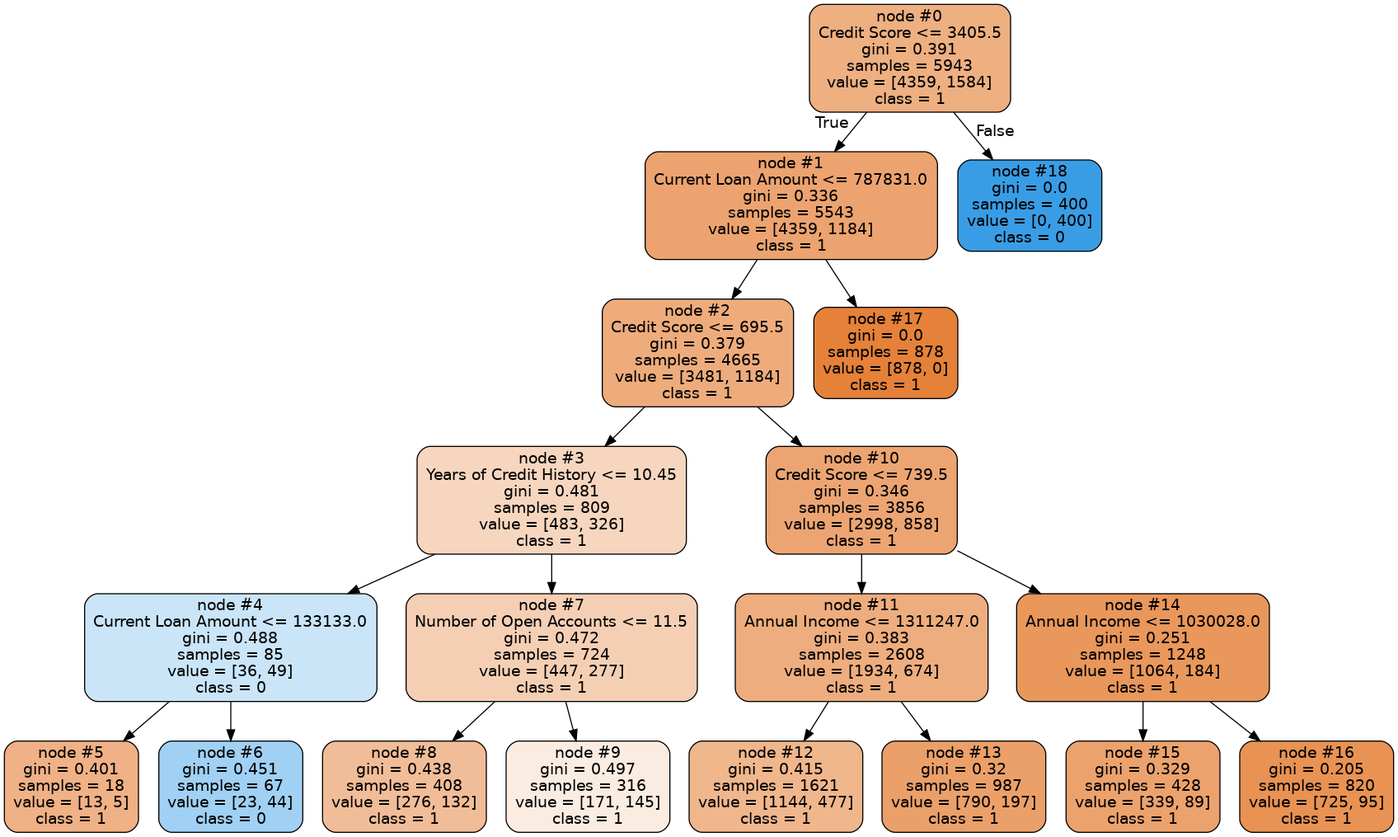
Earlier version of the Graphviz export Course02/Course project/credit_dataset_tree_depth5.png (blaarb/python-ds). Its source is kept beside it as Course02/Course project/credit_dataset_tree_depth5.dot. The source it was exported from:
```dot
digraph Tree {
node [shape=box, style="filled, rounded", color="black", fontname="helvetica"] ;
edge [fontname="helvetica"] ;
0 [label="node #0\nCredit Score <= 3405.5\ngini = 0.391\nsamples = 5943\nvalue = [4359, 1584]\nclass = 1", fillcolor="#eeaf81"] ;
1 [label="node #1\nCurrent Loan Amount <= 787831.0\ngini = 0.336\nsamples = 5543\nvalue = [4359, 1184]\nclass = 1", fillcolor="#eca36f"] ;
0 -> 1 [labeldistance=2.5, labelangle=45, headlabel="True"] ;
2 [label="node #2\nCredit Score <= 695.5\ngini = 0.379\nsamples = 4665\nvalue = [3481, 1184]\nclass = 1", fillcolor="#eeac7c"] ;
1 -> 2 ;
3 [label="node #3\nYears of Credit History <= 10.45\ngini = 0.481\nsamples = 809\nvalue = [483, 326]\nclass = 1", fillcolor="#f7d6bf"] ;
2 -> 3 ;
4 [label="node #4\nCurrent Loan Amount <= 133133.0\ngini = 0.488\nsamples = 85\nvalue = [36, 49]\nclass = 0", fillcolor="#cae5f8"] ;
3 -> 4 ;
5 [label="node #5\ngini = 0.401\nsamples = 18\nvalue = [13, 5]\nclass = 1", fillcolor="#efb185"] ;
4 -> 5 ;
6 [label="node #6\ngini = 0.451\nsamples = 67\nvalue = [23, 44]\nclass = 0", fillcolor="#a0d0f3"] ;
4 -> 6 ;
7 [label="node #7\nNumber of Open Accounts <= 11.5\ngini = 0.472\nsamples = 724\nvalue = [447, 277]\nclass = 1", fillcolor="#f5cfb4"] ;
3 -> 7 ;
8 [label="node #8\ngini = 0.438\nsamples = 408\nvalue = [276, 132]\nclass = 1", fillcolor="#f1bd98"] ;
7 -> 8 ;
9 [label="node #9\ngini = 0.497\nsamples = 316\nvalue = [171, 145]\nclass = 1", fillcolor="#fbece1"] ;
7 -> 9 ;
10 [label="node #10\nCredit Score <= 739.5\ngini = 0.346\nsamples = 3856\nvalue = [2998, 858]\nclass = 1", fillcolor="#eca572"] ;
2 -> 10 ;
11 [label="node #11\nAnnual Income <= 1311247.0\ngini = 0.383\nsamples = 2608\nvalue = [1934, 674]\nclass = 1", fillcolor="#eead7e"] ;
10 -> 11 ;
12 [label="node #12\ngini = 0.415\nsamples = 1621\nvalue = [1144, 477]\nclass = 1", fillcolor="#f0b68c"] ;
11 -> 12 ;
13 [label="node #13\ngini = 0.32\nsamples = 987\nvalue = [790, 197]\nclass = 1", fillcolor="#eba06a"] ;
11 -> 13 ;
14 [label="node #14\nAnnual Income <= 1030028.0\ngini = 0.251\nsamples = 1248\nvalue = [1064, 184]\nclass = 1", fillcolor="#e9975b"] ;
10 -> 14 ;
15 [label="node #15\ngini = 0.329\nsamples = 428\nvalue = [339, 89]\nclass = 1", fillcolor="#eca26d"] ;
14 -> 15 ;
16 [label="node #16\ngini = 0.205\nsamples = 820\nvalue = [725, 95]\nclass = 1", fillcolor="#e89253"] ;
14 -> 16 ;
17 [label="node #17\ngini = 0.0\nsamples = 878\nvalue = [878, 0]\nclass = 1", fillcolor="#e58139"] ;
1 -> 17 ;
18 [label="node #18\ngini = 0.0\nsamples = 400\nvalue = [0, 400]\nclass = 0", fillcolor="#399de5"] ;
0 -> 18 [labeldistance=2.5, labelangle=-45, headlabel="False"] ;
}
```
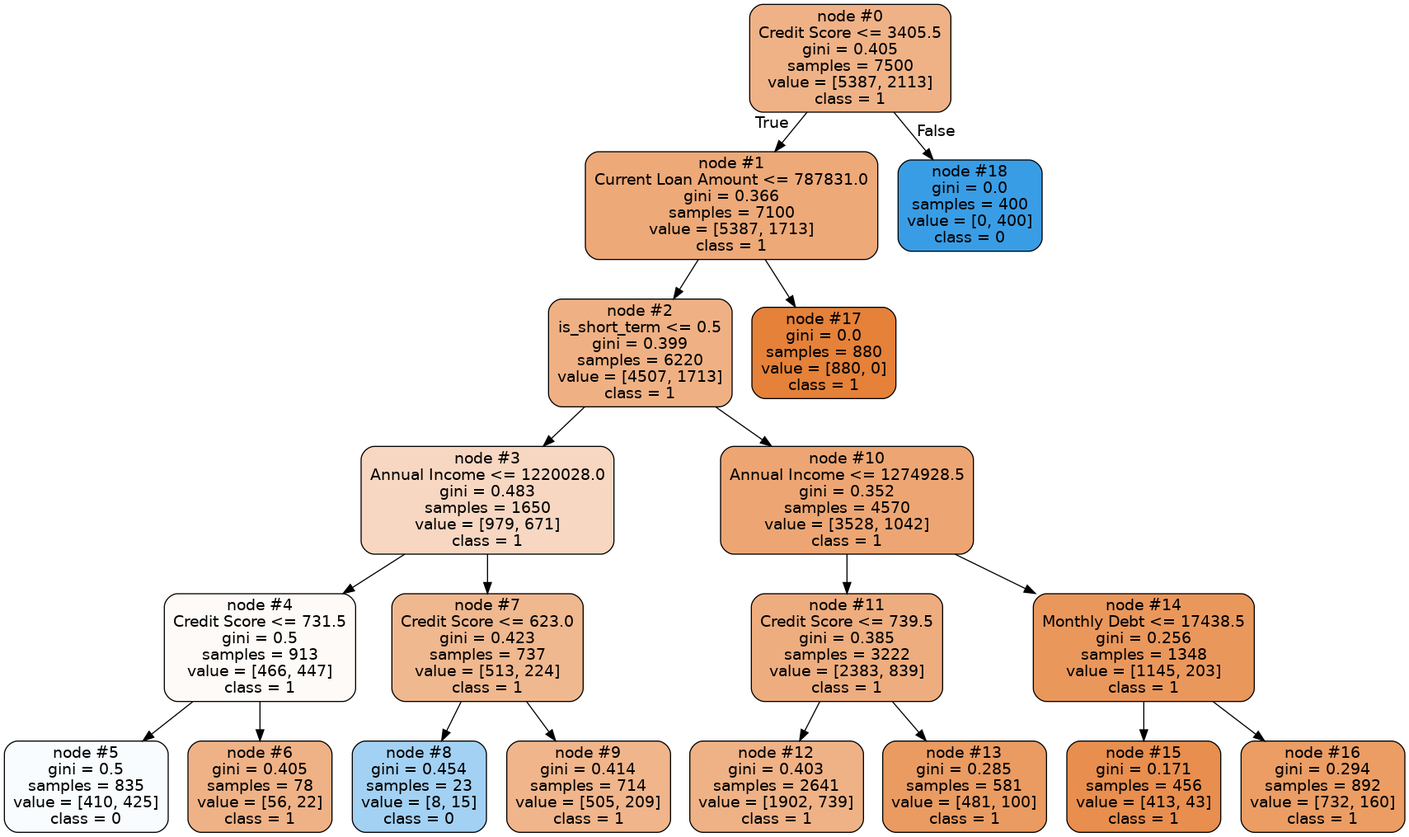
Above is the later version.

Change to the diagram source:
```diff
@@ -1,40 +1,40 @@
 digraph Tree {
 node [shape=box, style="filled, rounded", color="black", fontname="helvetica"] ;
 edge [fontname="helvetica"] ;
-0 [label="node #0\nCredit Score <= 3405.5\ngini = 0.391\nsamples = 5943\nvalue = [4359, 1584]\nclass = 1", fillcolor="#eeaf81"] ;
-1 [label="node #1\nCurrent Loan Amount <= 787831.0\ngini = 0.336\nsamples = 5543\nvalue = [4359, 1184]\nclass = 1", fillcolor="#eca36f"] ;
+0 [label="node #0\nCredit Score <= 3405.5\ngini = 0.405\nsamples = 7500\nvalue = [5387, 2113]\nclass = 1", fillcolor="#efb287"] ;
+1 [label="node #1\nCurrent Loan Amount <= 787831.0\ngini = 0.366\nsamples = 7100\nvalue = [5387, 1713]\nclass = 1", fillcolor="#eda978"] ;
 0 -> 1 [labeldistance=2.5, labelangle=45, headlabel="True"] ;
-2 [label="node #2\nCredit Score <= 695.5\ngini = 0.379\nsamples = 4665\nvalue = [3481, 1184]\nclass = 1", fillcolor="#eeac7c"] ;
+2 [label="node #2\nis_long_term <= 0.5\ngini = 0.399\nsamples = 6220\nvalue = [4507, 1713]\nclass = 1", fillcolor="#efb184"] ;
 1 -> 2 ;
-3 [label="node #3\nYears of Credit History <= 10.45\ngini = 0.481\nsamples = 809\nvalue = [483, 326]\nclass = 1", fillcolor="#f7d6bf"] ;
+3 [label="node #3\nAnnual Income <= 1274928.5\ngini = 0.352\nsamples = 4570\nvalue = [3528, 1042]\nclass = 1", fillcolor="#eda673"] ;
 2 -> 3 ;
-4 [label="node #4\nCurrent Loan Amount <= 133133.0\ngini = 0.488\nsamples = 85\nvalue = [36, 49]\nclass = 0", fillcolor="#cae5f8"] ;
+4 [label="node #4\nCredit Score <= 739.5\ngini = 0.385\nsamples = 3222\nvalue = [2383, 839]\nclass = 1", fillcolor="#eead7f"] ;
 3 -> 4 ;
-5 [label="node #5\ngini = 0.401\nsamples = 18\nvalue = [13, 5]\nclass = 1", fillcolor="#efb185"] ;
+5 [label="node #5\ngini = 0.403\nsamples = 2641\nvalue = [1902, 739]\nclass = 1", fillcolor="#efb286"] ;
 4 -> 5 ;
-6 [label="node #6\ngini = 0.451\nsamples = 67\nvalue = [23, 44]\nclass = 0", fillcolor="#a0d0f3"] ;
+6 [label="node #6\ngini = 0.285\nsamples = 581\nvalue = [481, 100]\nclass = 1", fillcolor="#ea9b62"] ;
 4 -> 6 ;
-7 [label="node #7\nNumber of Open Accounts <= 11.5\ngini = 0.472\nsamples = 724\nvalue = [447, 277]\nclass = 1", fillcolor="#f5cfb4"] ;
+7 [label="node #7\nMonthly Debt <= 17438.5\ngini = 0.256\nsamples = 1348\nvalue = [1145, 203]\nclass = 1", fillcolor="#ea975c"] ;
 3 -> 7 ;
-8 [label="node #8\ngini = 0.438\nsamples = 408\nvalue = [276, 132]\nclass = 1", fillcolor="#f1bd98"] ;
+8 [label="node #8\ngini = 0.171\nsamples = 456\nvalue = [413, 43]\nclass = 1", fillcolor="#e88e4e"] ;
 7 -> 8 ;
-9 [label="node #9\ngini = 0.497\nsamples = 316\nvalue = [171, 145]\nclass = 1", fillcolor="#fbece1"] ;
+9 [label="node #9\ngini = 0.294\nsamples = 892\nvalue = [732, 160]\nclass = 1", fillcolor="#eb9d64"] ;
 7 -> 9 ;
-10 [label="node #10\nCredit Score <= 739.5\ngini = 0.346\nsamples = 3856\nvalue = [2998, 858]\nclass = 1", fillcolor="#eca572"] ;
+10 [label="node #10\nAnnual Income <= 1220028.0\ngini = 0.483\nsamples = 1650\nvalue = [979, 671]\nclass = 1", fillcolor="#f7d7c1"] ;
 2 -> 10 ;
-11 [label="node #11\nAnnual Income <= 1311247.0\ngini = 0.383\nsamples = 2608\nvalue = [1934, 674]\nclass = 1", fillcolor="#eead7e"] ;
+11 [label="node #11\nCredit Score <= 731.5\ngini = 0.5\nsamples = 913\nvalue = [466, 447]\nclass = 1", fillcolor="#fefaf7"] ;
 10 -> 11 ;
-12 [label="node #12\ngini = 0.415\nsamples = 1621\nvalue = [1144, 477]\nclass = 1", fillcolor="#f0b68c"] ;
+12 [label="node #12\ngini = 0.5\nsamples = 835\nvalue = [410, 425]\nclass = 0", fillcolor="#f8fcfe"] ;
 11 -> 12 ;
-13 [label="node #13\ngini = 0.32\nsamples = 987\nvalue = [790, 197]\nclass = 1", fillcolor="#eba06a"] ;
+13 [label="node #13\ngini = 0.405\nsamples = 78\nvalue = [56, 22]\nclass = 1", fillcolor="#efb287"] ;
 11 -> 13 ;
-14 [label="node #14\nAnnual Income <= 1030028.0\ngini = 0.251\nsamples = 1248\nvalue = [1064, 184]\nclass = 1", fillcolor="#e9975b"] ;
+14 [label="node #14\nCredit Score <= 623.0\ngini = 0.423\nsamples = 737\nvalue = [513, 224]\nclass = 1", fillcolor="#f0b88f"] ;
 10 -> 14 ;
-15 [label="node #15\ngini = 0.329\nsamples = 428\nvalue = [339, 89]\nclass = 1", fillcolor="#eca26d"] ;
+15 [label="node #15\ngini = 0.454\nsamples = 23\nvalue = [8, 15]\nclass = 0", fillcolor="#a3d1f3"] ;
 14 -> 15 ;
-16 [label="node #16\ngini = 0.205\nsamples = 820\nvalue = [725, 95]\nclass = 1", fillcolor="#e89253"] ;
+16 [label="node #16\ngini = 0.414\nsamples = 714\nvalue = [505, 209]\nclass = 1", fillcolor="#f0b58b"] ;
 14 -> 16 ;
-17 [label="node #17\ngini = 0.0\nsamples = 878\nvalue = [878, 0]\nclass = 1", fillcolor="#e58139"] ;
+17 [label="node #17\ngini = 0.0\nsamples = 880\nvalue = [880, 0]\nclass = 1", fillcolor="#e58139"] ;
 1 -> 17 ;
 18 [label="node #18\ngini = 0.0\nsamples = 400\nvalue = [0, 400]\nclass = 0", fillcolor="#399de5"] ;
 0 -> 18 [labeldistance=2.5, labelangle=-45, headlabel="False"] ;
```
